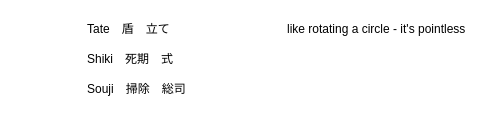
Above: page "名" (1 of 2) of ｖｖ.drawio in ll-vv/HiH (draw.io), before the change. Source tidied: cells renumbered, new cells numbered last; positions are measured from the earlier drawing's top-left corner, leaving out a move shared by most shapes. Both pictures are drawn from the tidied source at 100%, with x=0, y=0 at pixel (77, 17).
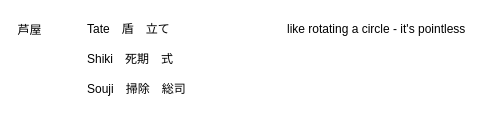
The same diagram, later.

The edit, as a diff of the source:
```diff
@@
 <mxGraphModel>
   <root>
     <mxCell id="0" />
     <mxCell id="1" parent="0" />
     <mxCell id="2" value="Tate　盾　立て" style="html=1;fillColor=none;strokeColor=none;verticalAlign=top;align=left;labelPosition=right;verticalLabelPosition=middle;strokeWidth=0.2;spacing=0;" parent="1" vertex="1">
       <mxGeometry width="10" height="10" as="geometry" />
     </mxCell>
     <mxCell id="3" value="Shiki　死期　式" style="html=1;fillColor=none;strokeColor=none;verticalAlign=top;align=left;labelPosition=right;verticalLabelPosition=middle;strokeWidth=0.2;spacing=0;" parent="1" vertex="1">
       <mxGeometry y="30" width="10" height="10" as="geometry" />
     </mxCell>
     <mxCell id="4" value="Souji　掃除　総司" style="html=1;fillColor=none;strokeColor=none;verticalAlign=top;align=left;labelPosition=right;verticalLabelPosition=middle;strokeWidth=0.2;spacing=0;" parent="1" vertex="1">
       <mxGeometry y="60" width="10" height="10" as="geometry" />
     </mxCell>
     <mxCell id="5" value="like rotating a circle - it's pointless" style="html=1;fillColor=none;strokeColor=none;verticalAlign=top;align=left;labelPosition=right;verticalLabelPosition=middle;strokeWidth=0.2;spacing=0;" parent="1" vertex="1">
       <mxGeometry x="200" width="10" height="10" as="geometry" />
     </mxCell>
+    <mxCell id="6" value="芦屋" style="html=1;fontColor=#000000;labelPosition=right;verticalLabelPosition=bottom;align=center;verticalAlign=top;spacing=0;fillColor=none;strokeColor=none;" parent="1" vertex="1">
+      <mxGeometry x="-50" width="1" height="1" as="geometry" />
+    </mxCell>
   </root>
 </mxGraphModel>
```
